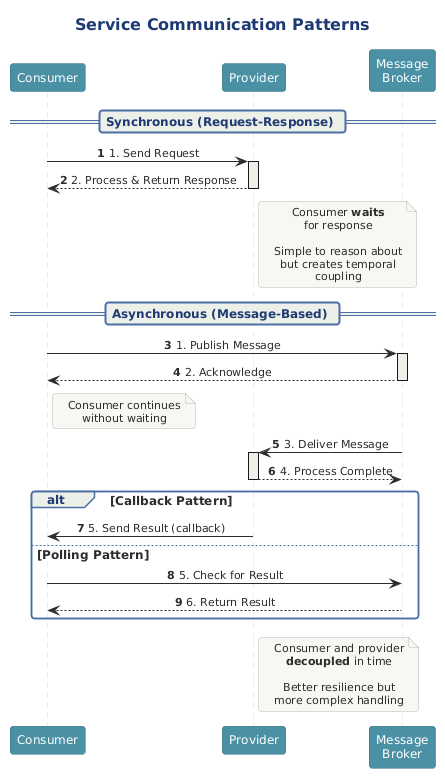
The PlantUML diagram src/architecture/views-and-beyond/style-catalogs/component-and-connector/service-oriented-architecture-style/png/service-communication-patterns.png in Notoriousjayy/latex-docs, before a commit. Its diagram source:
```plantuml
@startuml service-communication-patterns
!include ../../../../../../tooling/styles/plantuml/interaction/sequence-diagram-style.iuml

!define PRIMARY #4A90A4
!define SECONDARY #E8A838

skinparam sequenceMessageAlign center

skinparam participant {
    BackgroundColor PRIMARY
    FontColor white
    BorderColor #3A7084
}

title Service Communication Patterns

participant "Consumer" as consumer
participant "Provider" as provider
participant "Message\nBroker" as broker

== Synchronous (Request-Response) ==

consumer -> provider : 1. Send Request
activate provider
provider --> consumer : 2. Process & Return Response
deactivate provider

note right of provider
  Consumer **waits**
  for response

  Simple to reason about
  but creates temporal
  coupling
end note

== Asynchronous (Message-Based) ==

consumer -> broker : 1. Publish Message
activate broker
broker --> consumer : 2. Acknowledge
deactivate broker
note right of consumer : Consumer continues\nwithout waiting

broker -> provider : 3. Deliver Message
activate provider
provider --> broker : 4. Process Complete
deactivate provider

alt Callback Pattern
    provider -> consumer : 5. Send Result (callback)
else Polling Pattern
    consumer -> broker : 5. Check for Result
    broker --> consumer : 6. Return Result
end

note right of provider
  Consumer and provider
  **decoupled** in time

  Better resilience but
  more complex handling
end note

@enduml
```
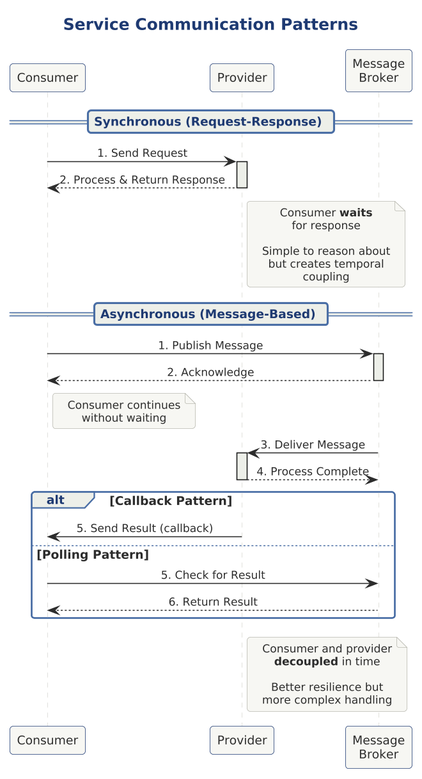
The same diagram one commit later.

Change to the diagram source:
```diff
@@ -1,16 +1,15 @@
 @startuml service-communication-patterns
+
+skinparam dpi 150
+
+
+
 !include ../../../../../../tooling/styles/plantuml/interaction/sequence-diagram-style.iuml
 
-!define PRIMARY #4A90A4
-!define SECONDARY #E8A838
+!define PRIMARY $line_dynamic
+!define SECONDARY $line_caution
 
 skinparam sequenceMessageAlign center
-
-skinparam participant {
-    BackgroundColor PRIMARY
-    FontColor white
-    BorderColor #3A7084
-}
 
 title Service Communication Patterns
 
```
